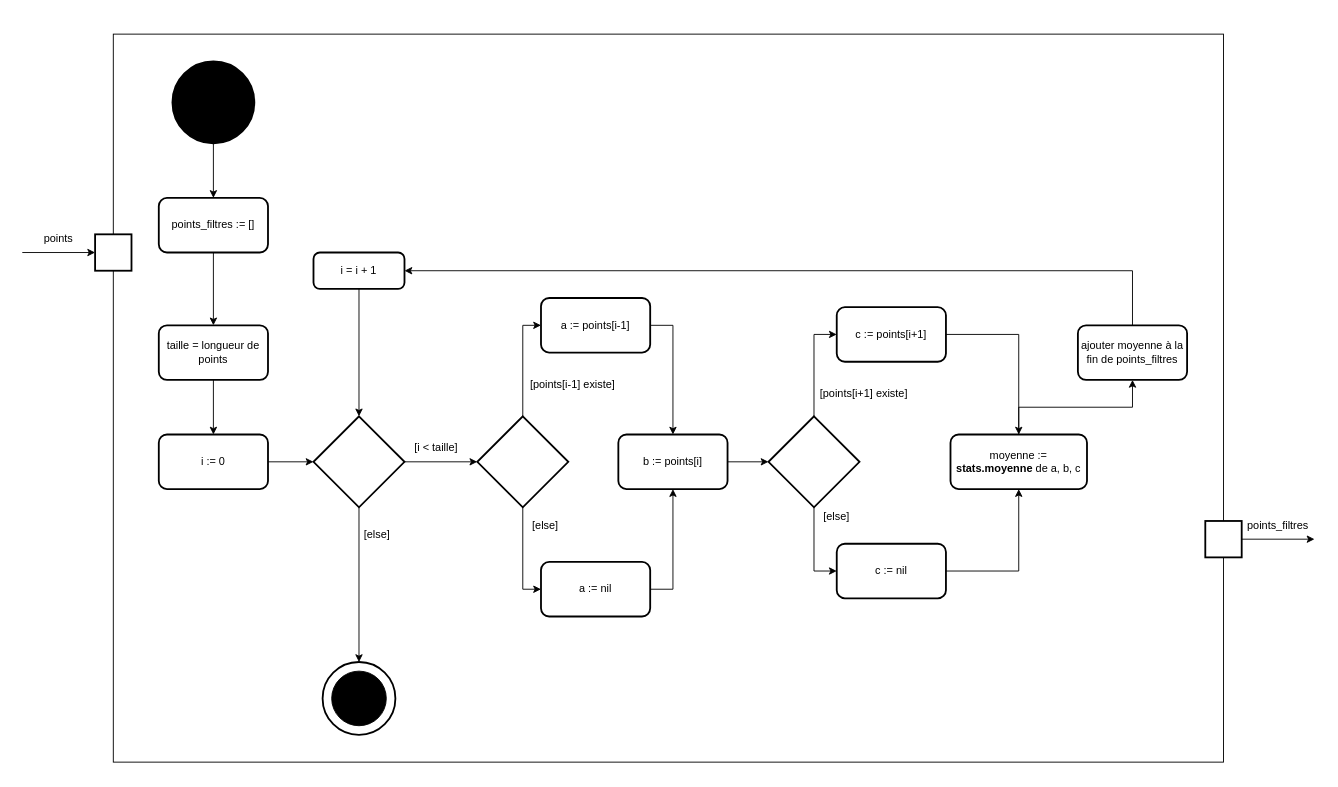
The draw.io diagram report/UML/filtre_moyenne.drawio in cidit/udes.gro.correction-de-capteurs-limites, before the edit. Source tidied: cells renumbered, new cells numbered last; positions are measured from the earlier drawing's top-left corner, leaving out a move shared by most shapes. Both pictures are drawn from the tidied source at 91%, with x=0, y=0 at pixel (22, 34).
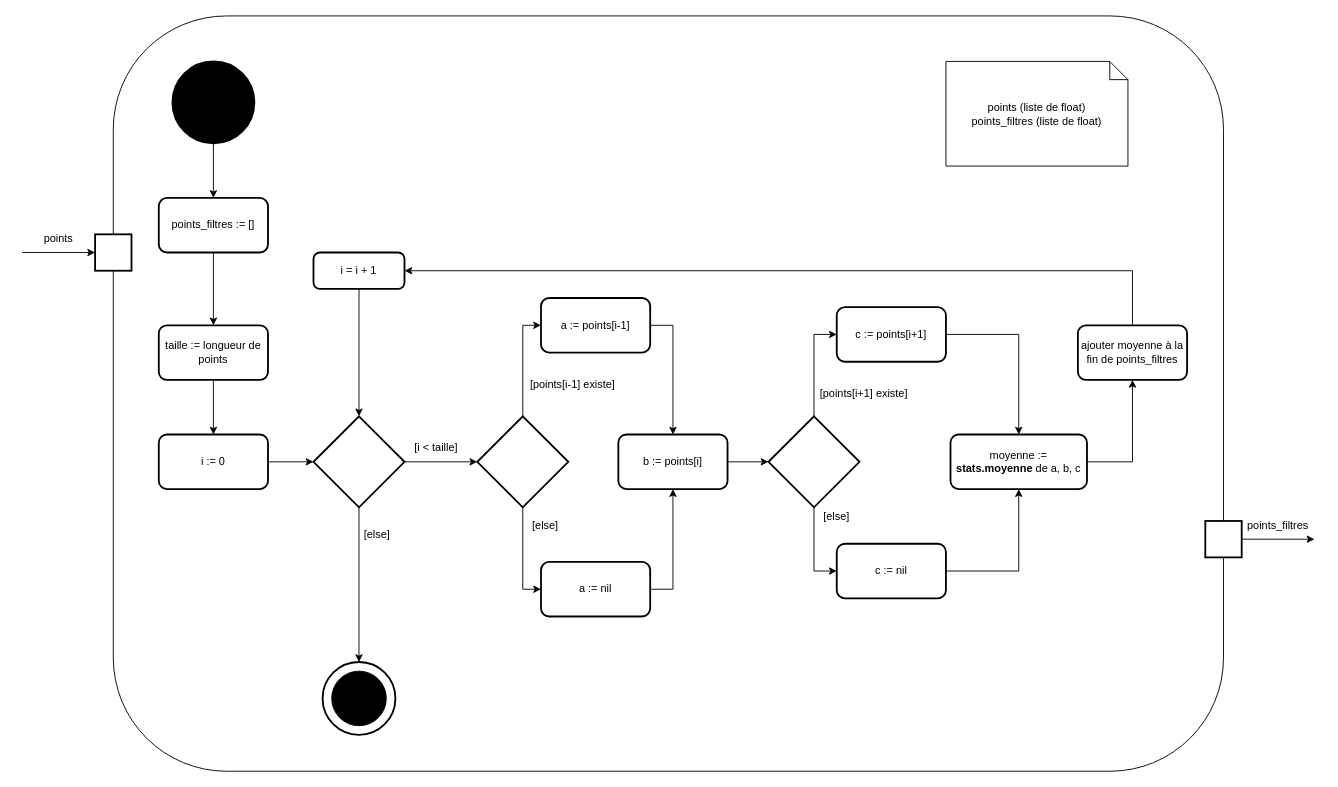
The same diagram, later.

Unchanged cells that the change refers to:
```xml
<mxCell id="42" value="moyenne := &lt;b&gt;stats.moyenne&lt;/b&gt;&amp;nbsp;de a, b, c" style="whiteSpace=wrap;html=1;rounded=1;strokeWidth=2;" parent="1" vertex="1">
  <mxGeometry x="1020" y="440" width="150" height="60" as="geometry" />
</mxCell>
<mxCell id="44" value="ajouter moyenne à la fin de points_filtres" style="whiteSpace=wrap;html=1;rounded=1;strokeWidth=2;" parent="1" vertex="1">
  <mxGeometry x="1160" y="320" width="120" height="60" as="geometry" />
</mxCell>
```

The edit, as a diff of the source:
```diff
@@
-    <mxCell id="2" style="rounded=0;whiteSpace=wrap;html=1;fillColor=none;" parent="1" vertex="1">
-      <mxGeometry x="100" width="1220" height="800" as="geometry" />
-    </mxCell>
+    <mxCell id="51" style="rounded=1;whiteSpace=wrap;html=1;roundedPerimeter=1;" parent="1" vertex="1">
+      <mxGeometry x="100" y="-20" width="1220" height="830" as="geometry" />
+    </mxCell>
@@
-    <mxCell id="22" value="taille = longueur de points" style="whiteSpace=wrap;html=1;rounded=1;strokeWidth=2;" parent="1" vertex="1">
+    <mxCell id="22" value="taille := longueur de points" style="whiteSpace=wrap;html=1;rounded=1;strokeWidth=2;" parent="1" vertex="1">
       <mxGeometry x="150" y="320" width="120" height="60" as="geometry" />
     </mxCell>
@@
     <mxCell id="41" style="edgeStyle=orthogonalEdgeStyle;rounded=0;jettySize=auto;html=1;" parent="1" edge="1" source="42" target="44">
-      <mxGeometry relative="1" as="geometry" />
+      <mxGeometry relative="1" as="geometry">
+        <Array as="points">
+          <mxPoint x="1220" y="470" />
+        </Array>
+      </mxGeometry>
     </mxCell>
@@
+    <mxCell id="52" value="points (liste de float)&lt;div&gt;points_filtres (liste de float)&lt;/div&gt;" style="shape=note;size=20;whiteSpace=wrap;html=1;" parent="1" vertex="1">
+      <mxGeometry x="1015" y="30" width="200" height="115" as="geometry" />
+    </mxCell>
```
